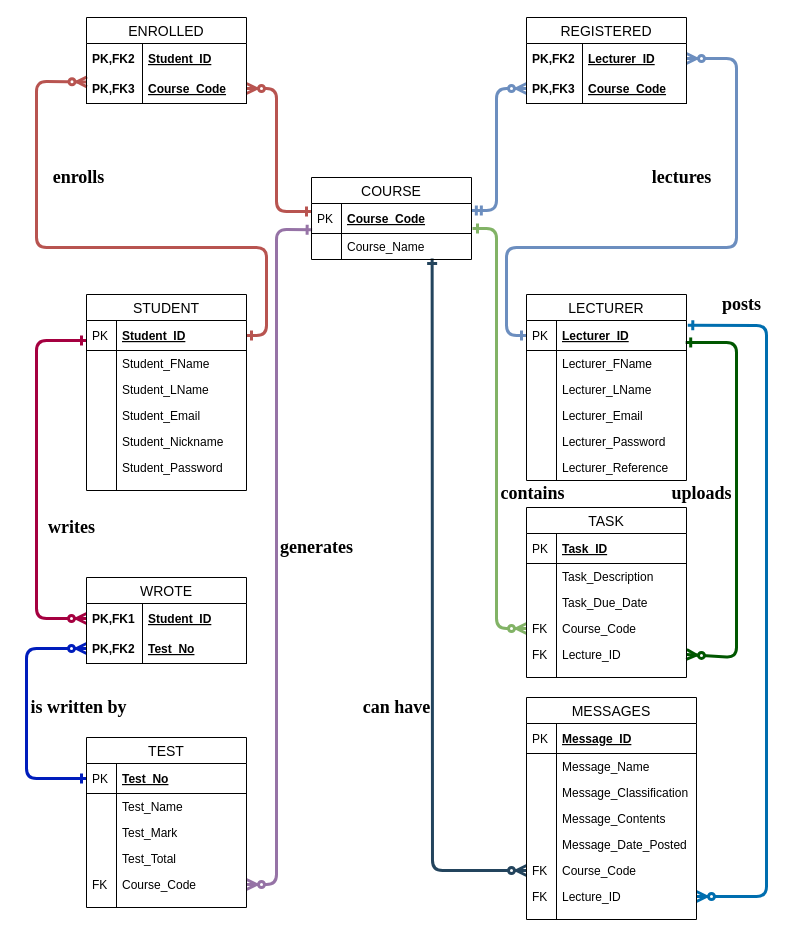
Earlier version of the draw.io diagram Other/ERDS/OnlineIntialERD.drawio (Arneev/LecTrac). Source tidied: cells renumbered, new cells numbered last; positions are measured from the earlier drawing's top-left corner, leaving out a move shared by most shapes. Both pictures are drawn from the tidied source at 100%, with x=0, y=0 at pixel (23, 17).
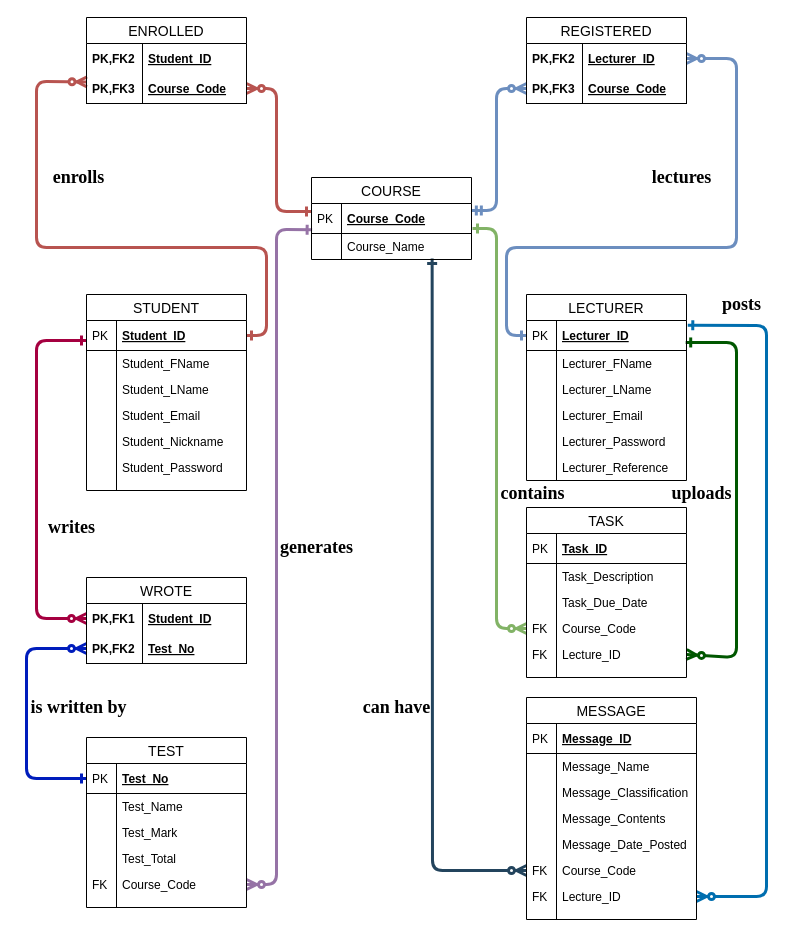
The same diagram, later.

The edit, as a diff of the source:
```diff
@@
-    <mxCell id="87" value="MESSAGES" style="swimlane;fontStyle=0;horizontal=1;startSize=26;align=center;fontSize=14;" parent="1" vertex="1">
+    <mxCell id="87" value="MESSAGE" style="swimlane;fontStyle=0;horizontal=1;startSize=26;align=center;fontSize=14;" parent="1" vertex="1">
       <mxGeometry x="503" y="680" width="170" height="222" as="geometry" />
     </mxCell>
```
